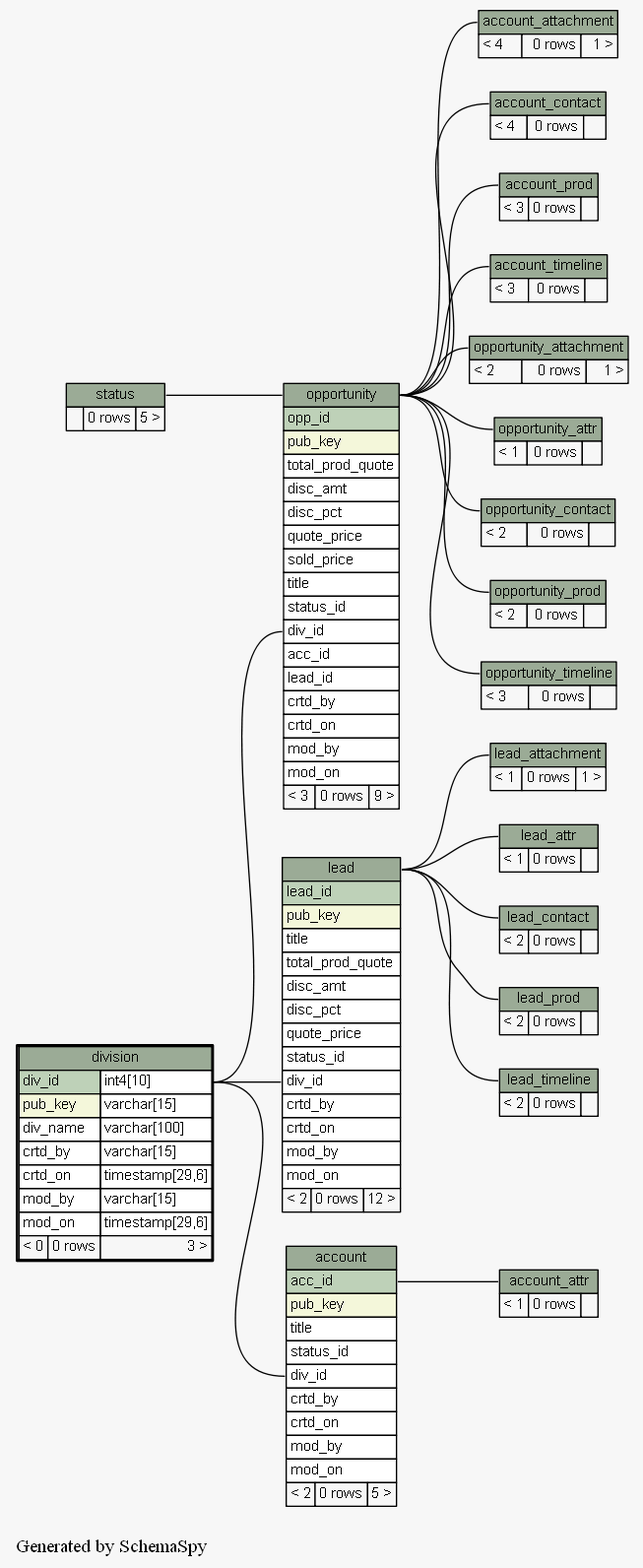
Above: docs/database/schemaspy/graphs/division.2degrees.png in engineerscraft/salesforce (Graphviz), before the change. Its source is kept beside it as docs/database/schemaspy/graphs/division.2degrees.dot.
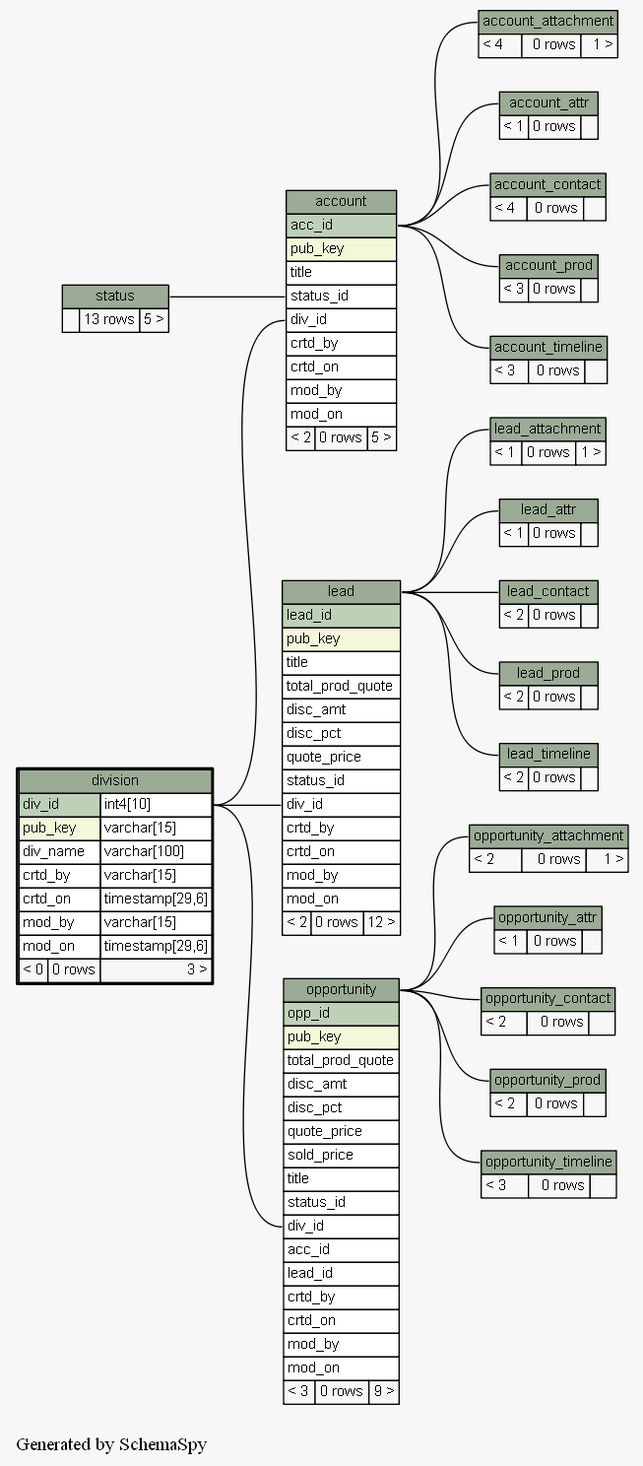
The same file after the commit.

What changed in the source:
```diff
@@ -14,11 +14,12 @@
     arrowsize="0.8"
   ];
   "account":"div_id":w -> "division":"div_id.type":e [arrowtail=crowtee arrowhead=none];
-  "account_attachment":"account_attachment.heading":w -> "opportunity":"opportunity.heading":e [arrowtail=crowodot arrowhead=none];
+  "account":"status_id":w -> "status":"status.heading":e [arrowtail=crowtee arrowhead=none];
+  "account_attachment":"account_attachment.heading":w -> "account":"acc_id":e [arrowtail=crowtee arrowhead=none];
   "account_attr":"account_attr.heading":w -> "account":"acc_id":e [arrowtail=tee arrowhead=none];
-  "account_contact":"account_contact.heading":w -> "opportunity":"opportunity.heading":e [arrowtail=crowtee arrowhead=none];
-  "account_prod":"account_prod.heading":w -> "opportunity":"opportunity.heading":e [arrowtail=crowtee arrowhead=none];
-  "account_timeline":"account_timeline.heading":w -> "opportunity":"opportunity.heading":e [arrowtail=crowodot arrowhead=none];
+  "account_contact":"account_contact.heading":w -> "account":"acc_id":e [arrowtail=crowtee arrowhead=none];
+  "account_prod":"account_prod.heading":w -> "account":"acc_id":e [arrowtail=crowtee arrowhead=none];
+  "account_timeline":"account_timeline.heading":w -> "account":"acc_id":e [arrowtail=crowtee arrowhead=none];
   "lead":"div_id":w -> "division":"div_id.type":e [arrowtail=crowtee arrowhead=none];
   "lead_attachment":"lead_attachment.heading":w -> "lead":"lead.heading":e [arrowtail=crowtee arrowhead=none];
   "lead_attr":"lead_attr.heading":w -> "lead":"lead.heading":e [arrowtail=tee arrowhead=none];
@@ -26,7 +27,6 @@
   "lead_prod":"lead_prod.heading":w -> "lead":"lead.heading":e [arrowtail=crowtee arrowhead=none];
   "lead_timeline":"lead_timeline.heading":w -> "lead":"lead.heading":e [arrowtail=crowtee arrowhead=none];
   "opportunity":"div_id":w -> "division":"div_id.type":e [arrowtail=crowtee arrowhead=none];
-  "opportunity":"opportunity.heading":w -> "status":"status.heading":e [arrowtail=crowtee arrowhead=none];
   "opportunity_attachment":"opportunity_attachment.heading":w -> "opportunity":"opportunity.heading":e [arrowtail=crowtee arrowhead=none];
   "opportunity_attr":"opportunity_attr.heading":w -> "opportunity":"opportunity.heading":e [arrowtail=tee arrowhead=none];
   "opportunity_contact":"opportunity_contact.heading":w -> "opportunity":"opportunity.heading":e [arrowtail=crowtee arrowhead=none];
@@ -252,7 +252,7 @@
     label=<
     <TABLE BORDER="0" CELLBORDER="1" CELLSPACING="0" BGCOLOR="#ffffff">
       <TR><TD PORT="status.heading" COLSPAN="3" BGCOLOR="#9bab96" ALIGN="CENTER">status</TD></TR>
-      <TR><TD ALIGN="LEFT" BGCOLOR="#f7f7f7">  </TD><TD ALIGN="RIGHT" BGCOLOR="#f7f7f7">0 rows</TD><TD ALIGN="RIGHT" BGCOLOR="#f7f7f7">5 &gt;</TD></TR>
+      <TR><TD ALIGN="LEFT" BGCOLOR="#f7f7f7">  </TD><TD ALIGN="RIGHT" BGCOLOR="#f7f7f7">13 rows</TD><TD ALIGN="RIGHT" BGCOLOR="#f7f7f7">5 &gt;</TD></TR>
     </TABLE>>
     URL="status.html#graph"
     tooltip="status"
```
